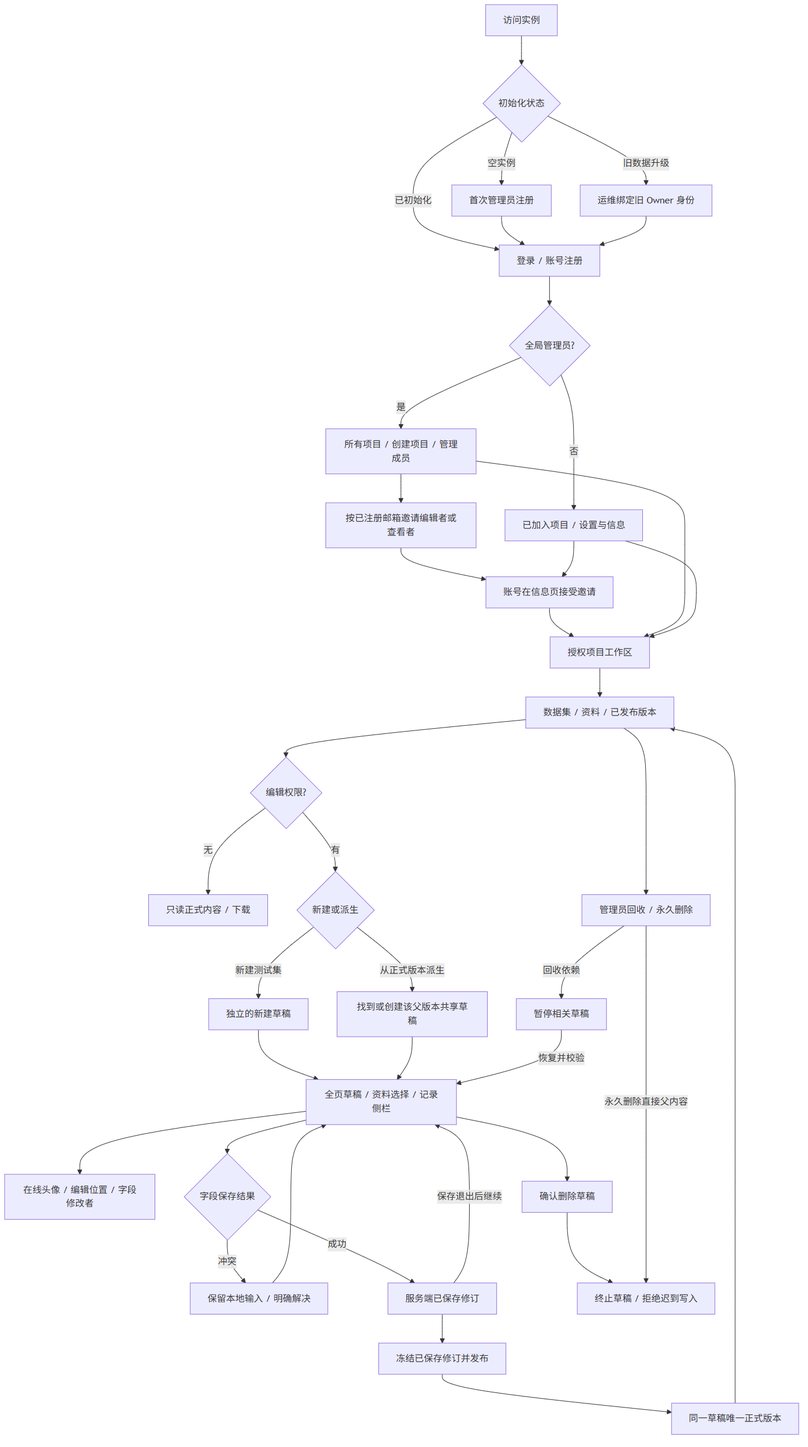
The Mermaid diagram docs/system-flow-evalbase-v2.png in iflabx/evalbase, before a commit. Its source is kept beside it as docs/system-flow-evalbase-v2.mmd.
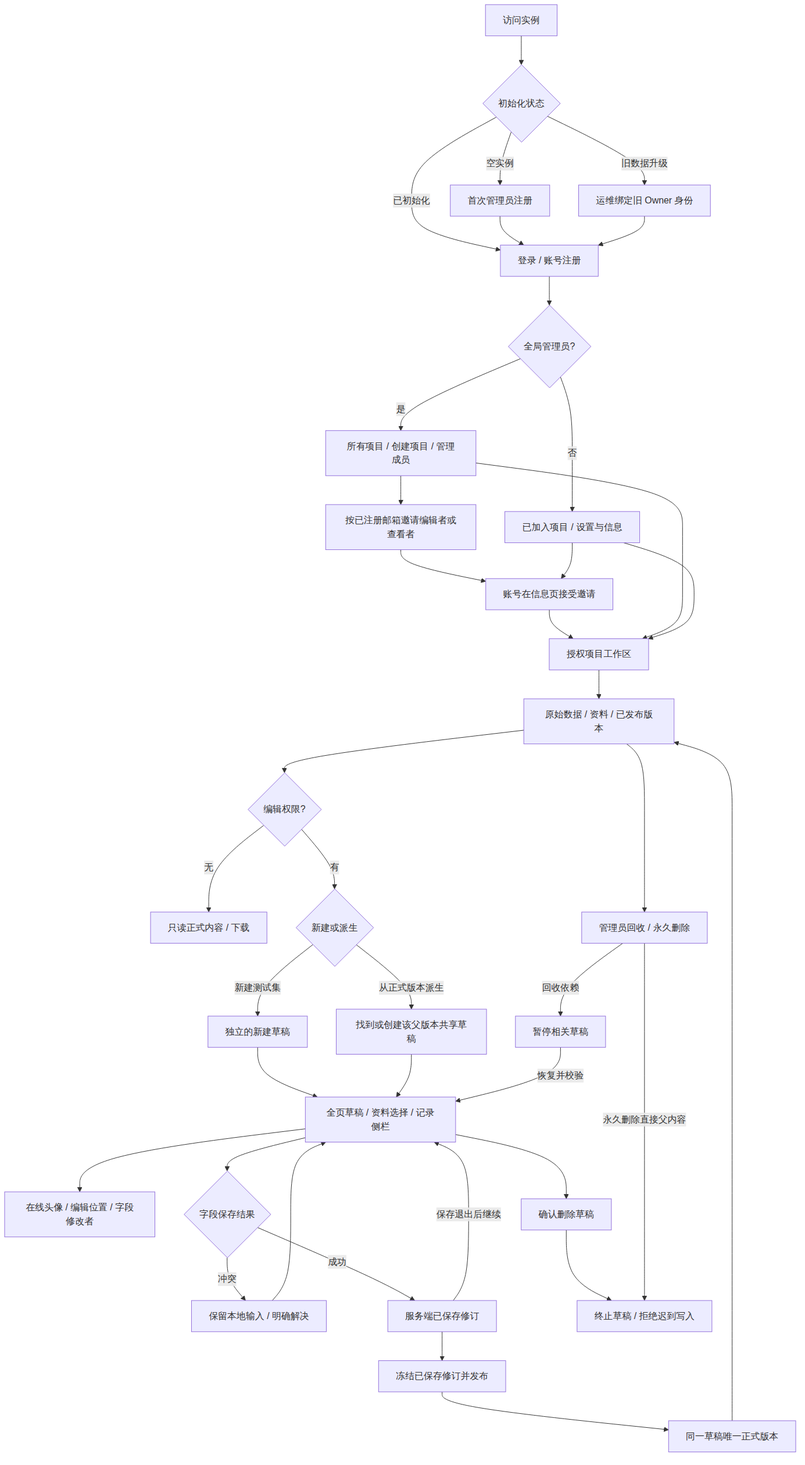
The same diagram one commit later.

Diff of the diagram source:
```diff
@@ -14,7 +14,7 @@
   J --> K[授权项目工作区]
   G --> K
   H --> K
-  K --> L[数据集 / 资料 / 已发布版本]
+  K --> L[原始数据 / 资料 / 已发布版本]
   L --> M{编辑权限?}
   M -->|无| N[只读正式内容 / 下载]
   M -->|有| O{新建或派生}
```
